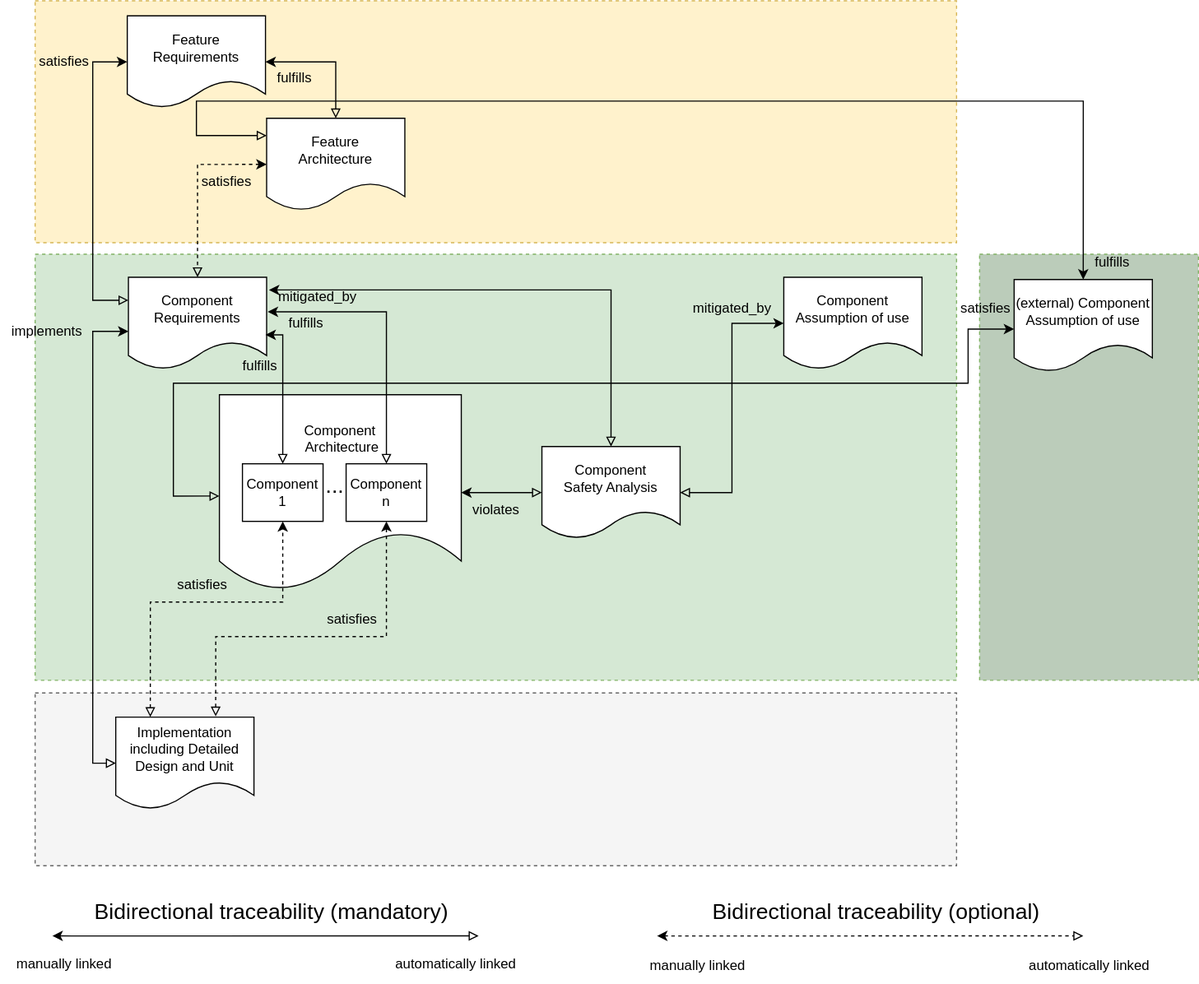
Before: main/_images/score_traceability_model_cmp_overview_2.drawio.svg, a diagram exported from draw.io (MaximilianSoerenPollak/process_description). Source tidied: cells renumbered, new cells last; positions are measured from the earlier drawing's top-left corner, leaving out a move shared by most shapes.
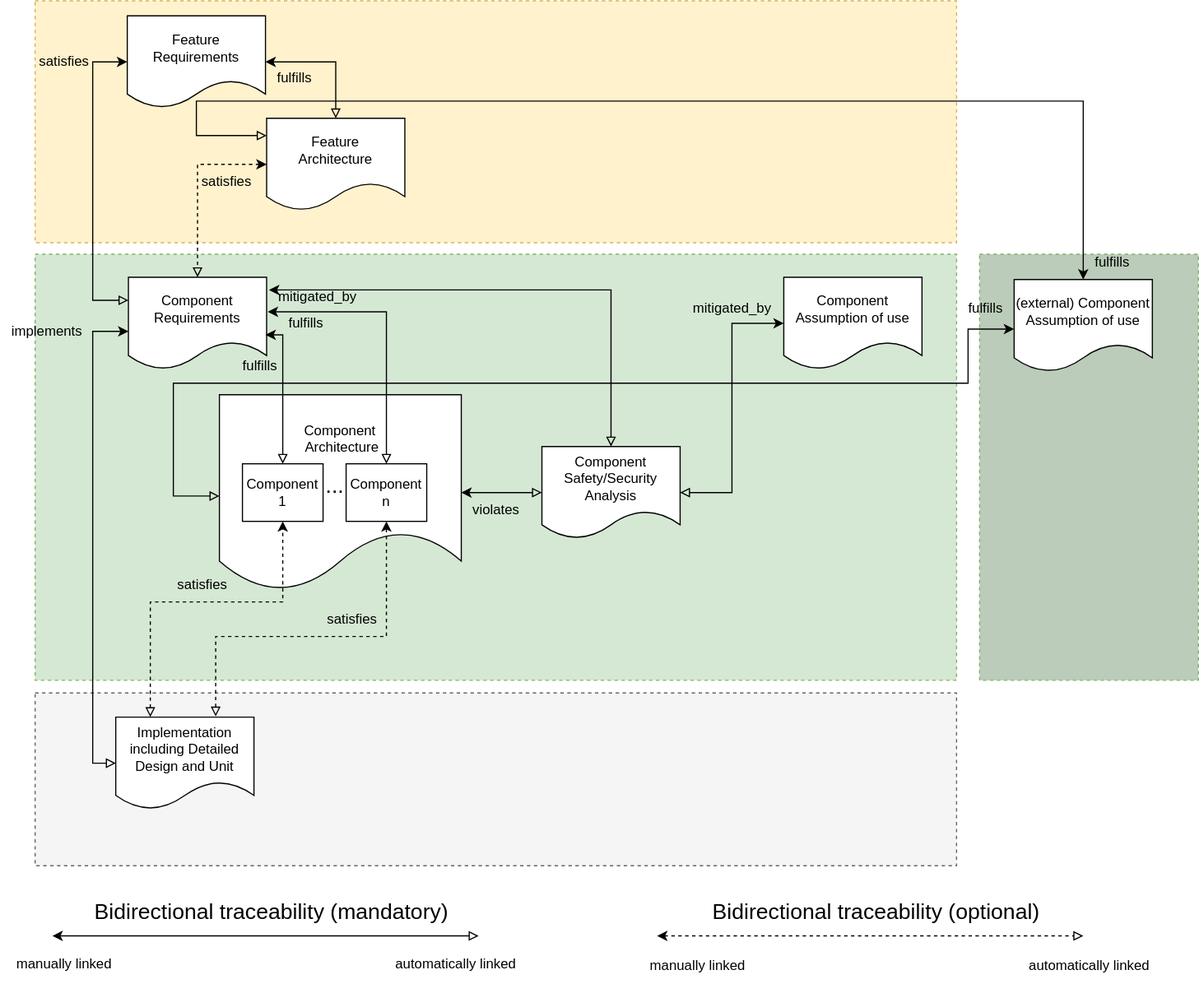
The same diagram one commit later.

What changed in the source:
```diff
@@ -41,7 +41,7 @@
     <mxCell id="11" style="edgeStyle=orthogonalEdgeStyle;rounded=0;jettySize=auto;html=1;entryX=1;entryY=0.5;entryDx=0;entryDy=0;exitX=0;exitY=0.5;exitDx=0;exitDy=0;startArrow=block;startFill=0;" parent="1" edge="1" source="12" target="9">
       <mxGeometry x="0.51" relative="1" as="geometry" />
     </mxCell>
-    <mxCell id="12" value="Component&lt;br&gt;Safety Analysis" style="shape=document;whiteSpace=wrap;html=1;boundedLbl=1;" parent="1" vertex="1">
+    <mxCell id="12" value="Component&lt;br&gt;Safety/Security Analysis" style="shape=document;whiteSpace=wrap;html=1;boundedLbl=1;" parent="1" vertex="1">
       <mxGeometry x="470" y="387" width="120" height="80" as="geometry" />
     </mxCell>
     <mxCell id="13" style="edgeStyle=orthogonalEdgeStyle;rounded=0;jettySize=auto;html=1;startArrow=classic;startFill=1;entryX=1;entryY=0.5;entryDx=0;entryDy=0;exitX=0;exitY=0.5;exitDx=0;exitDy=0;endArrow=block;endFill=0;" parent="1" edge="1" source="4" target="12">
@@ -176,8 +176,8 @@
     <mxCell id="42" value="mitigated_by" style="text;html=1;align=center;verticalAlign=middle;strokeColor=none;fillColor=none;" parent="1" vertex="1">
       <mxGeometry x="590" y="252" width="90" height="30" as="geometry" />
     </mxCell>
-    <mxCell id="43" value="satisfies" style="text;html=1;align=center;verticalAlign=middle;strokeColor=none;fillColor=none;" parent="1" vertex="1">
-      <mxGeometry x="820" y="252" width="70" height="30" as="geometry" />
+    <mxCell id="43" value="fulfills" style="text;html=1;align=center;verticalAlign=middle;strokeColor=none;fillColor=none;" parent="1" vertex="1">
+      <mxGeometry x="830" y="252" width="50" height="30" as="geometry" />
     </mxCell>
     <mxCell id="44" value="fulfills" style="text;html=1;align=center;verticalAlign=middle;strokeColor=none;fillColor=none;" parent="1" vertex="1">
       <mxGeometry x="940" y="212" width="50" height="30" as="geometry" />
```
